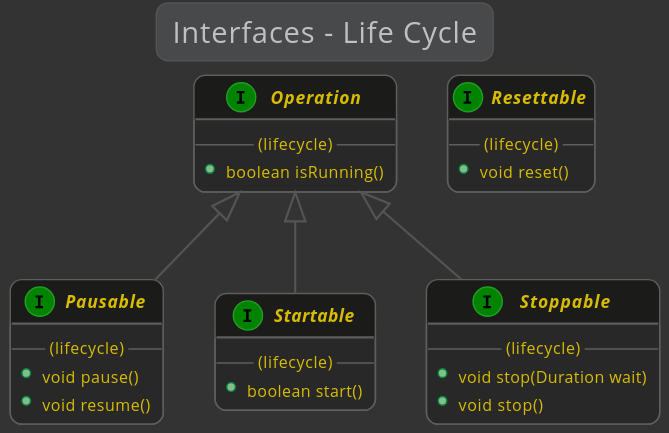
This is kivakit-core/kernel/documentation/diagrams/diagram-interface-life-cycle.svg from Telenav/kivakit, a PlantUML export, as it was before one commit.
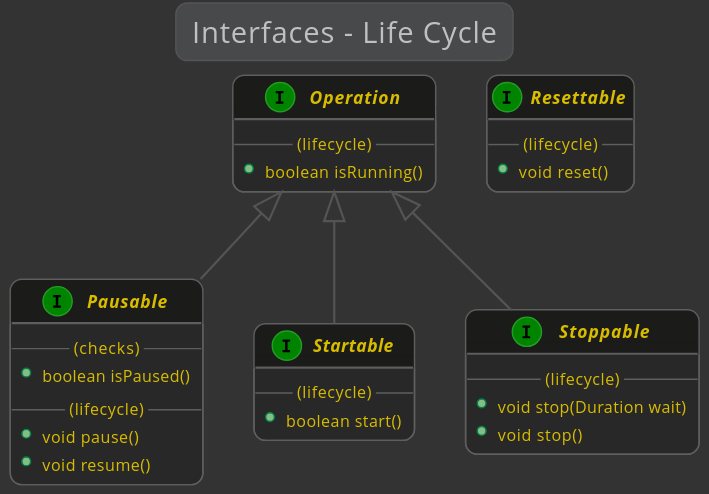
After the commit.

Change to the diagram source:
```diff
@@ -14,6 +14,8 @@
     Operation <|-- Pausable
     interface Pausable
     {
+        --(checks)--
+        +boolean isPaused()
         --(lifecycle)--
         +void pause()
         +void resume()
```
